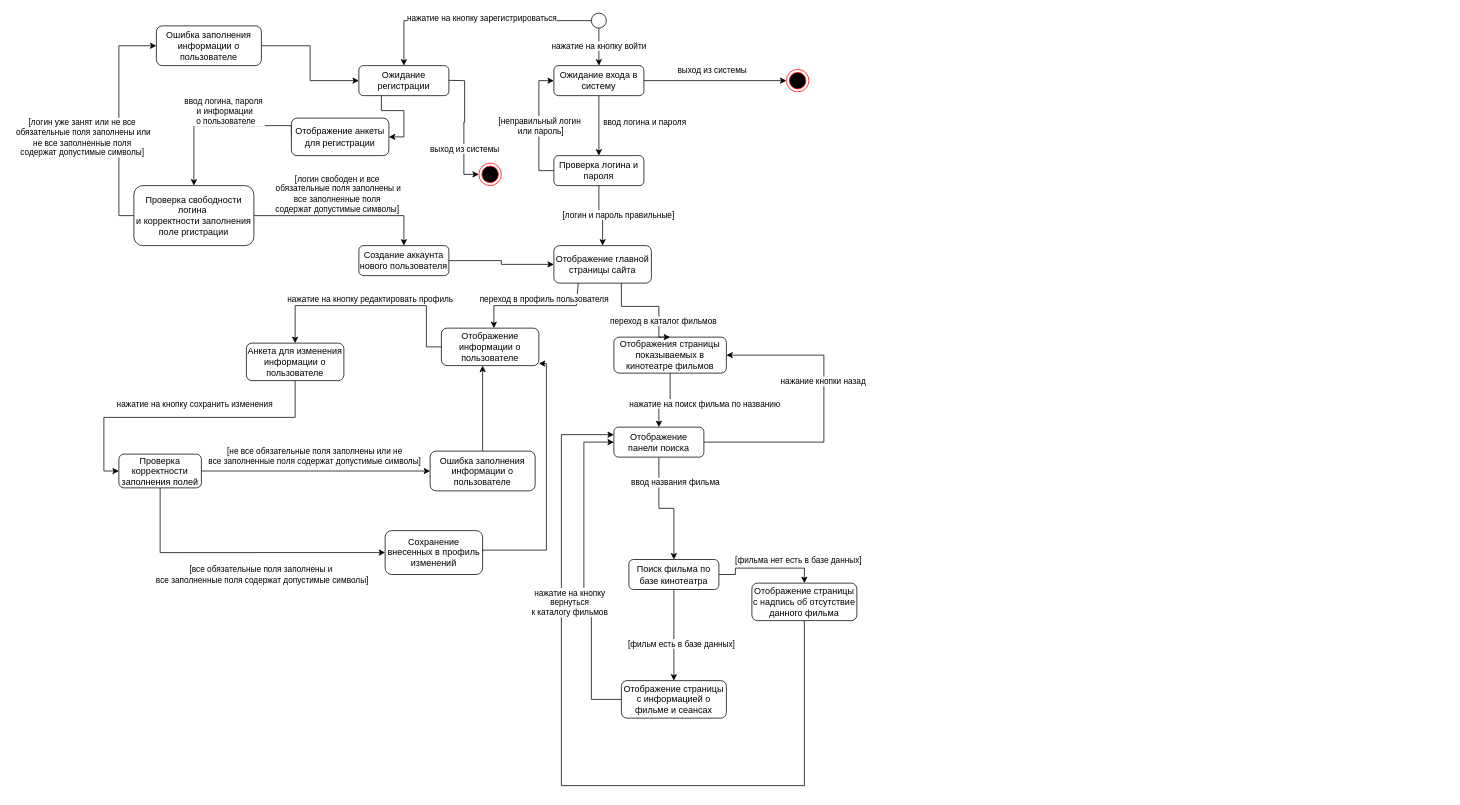
Before: Диаграмма_автоматов.drawio in adchvanova-new/UML, a draw.io diagram. Source tidied: cells renumbered, new cells numbered last; positions are measured from the earlier drawing's top-left corner, leaving out a move shared by most shapes. Both pictures are drawn from the tidied source at 75%, with x=0, y=0 at pixel (118, 13).
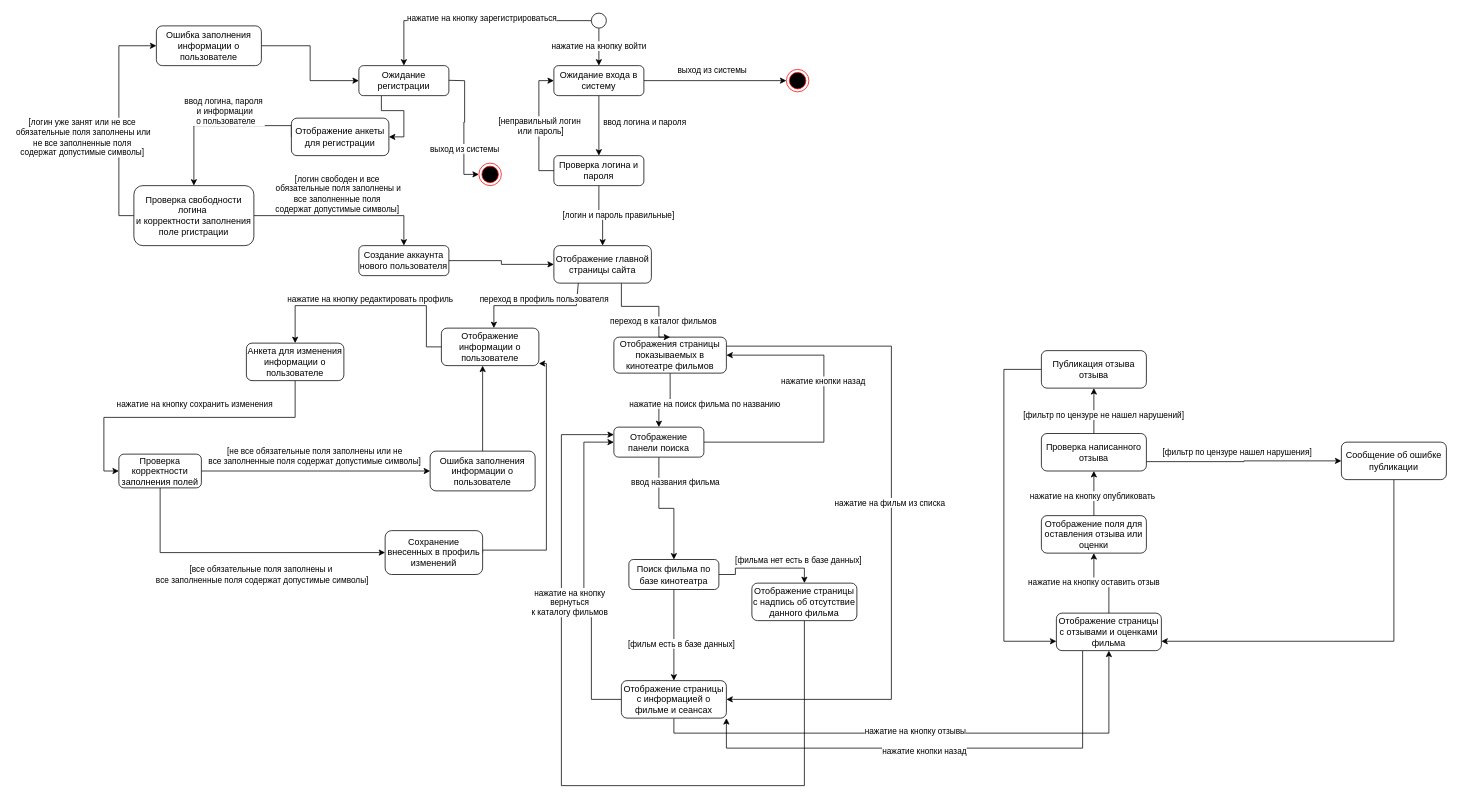
After the change.

Unchanged cells that the change refers to:
```xml
<mxCell id="20" value="Отображения страницы показываемых в кинотеатре фильмов" style="rounded=1;whiteSpace=wrap;html=1;" parent="1" vertex="1">
  <mxGeometry x="660" y="432" width="150" height="48" as="geometry" />
</mxCell>
<mxCell id="23" style="edgeStyle=orthogonalEdgeStyle;rounded=0;jettySize=auto;html=1;exitX=1;exitY=0.5;exitDx=0;exitDy=0;entryX=1;entryY=0.5;entryDx=0;entryDy=0;" parent="1" edge="1" source="25" target="20">
  <mxGeometry relative="1" as="geometry">
    <Array as="points">
      <mxPoint x="940" y="572" />
      <mxPoint x="940" y="456" />
    </Array>
  </mxGeometry>
</mxCell>
<mxCell id="65" value="Отображение страницы с информацией о фильме и сеансах" style="rounded=1;whiteSpace=wrap;html=1;" parent="1" vertex="1">
  <mxGeometry x="670" y="890" width="140" height="50" as="geometry" />
</mxCell>
```

What changed in the source:
```diff
@@
+    <mxCell id="74" style="edgeStyle=orthogonalEdgeStyle;rounded=0;jettySize=auto;html=1;exitX=1;exitY=0.25;exitDx=0;exitDy=0;entryX=1;entryY=0.5;entryDx=0;entryDy=0;" parent="1" edge="1" source="20" target="65">
+      <mxGeometry relative="1" as="geometry">
+        <Array as="points">
+          <mxPoint x="1030" y="444" />
+          <mxPoint x="1030" y="915" />
+        </Array>
+      </mxGeometry>
+    </mxCell>
+    <mxCell id="75" value="нажатие на фильм из списка" style="edgeLabel;html=1;align=center;verticalAlign=middle;" parent="74" vertex="1">
+      <mxGeometry x="-0.06" y="-3" relative="1" as="geometry" />
+    </mxCell>
@@
-    <mxCell id="24" value="нажание кнопки назад" style="edgeLabel;html=1;align=center;verticalAlign=middle;" parent="23" vertex="1">
+    <mxCell id="24" value="нажатие кнопки назад" style="edgeLabel;html=1;align=center;verticalAlign=middle;" parent="23" vertex="1">
       <mxGeometry x="0.07" y="2" relative="1" as="geometry">
         <mxPoint y="-25" as="offset" />
       </mxGeometry>
     </mxCell>
@@
+    <mxCell id="76" style="edgeStyle=orthogonalEdgeStyle;rounded=0;jettySize=auto;html=1;exitX=0.5;exitY=1;exitDx=0;exitDy=0;" parent="1" edge="1" source="65" target="82">
+      <mxGeometry relative="1" as="geometry" />
+    </mxCell>
+    <mxCell id="77" value="нажатие на кнопку отзывы" style="edgeLabel;html=1;align=center;verticalAlign=middle;" parent="76" vertex="1">
+      <mxGeometry x="-0.04" y="4" relative="1" as="geometry" />
+    </mxCell>
@@
+    <mxCell id="78" style="edgeStyle=orthogonalEdgeStyle;rounded=0;jettySize=auto;html=1;exitX=0.5;exitY=0;exitDx=0;exitDy=0;entryX=0.5;entryY=1;entryDx=0;entryDy=0;" parent="1" edge="1" source="82" target="85">
+      <mxGeometry relative="1" as="geometry" />
+    </mxCell>
+    <mxCell id="79" value="нажатие на кнопку оставить отзыв" style="edgeLabel;html=1;align=center;verticalAlign=middle;" parent="78" vertex="1">
+      <mxGeometry x="0.24" y="1" relative="1" as="geometry" />
+    </mxCell>
+    <mxCell id="80" style="edgeStyle=orthogonalEdgeStyle;rounded=0;jettySize=auto;html=1;exitX=0.25;exitY=1;exitDx=0;exitDy=0;entryX=1;entryY=1;entryDx=0;entryDy=0;" parent="1" edge="1" source="82" target="65">
+      <mxGeometry relative="1" as="geometry">
+        <Array as="points">
+          <mxPoint x="1285" y="980" />
+          <mxPoint x="810" y="980" />
+        </Array>
+      </mxGeometry>
+    </mxCell>
+    <mxCell id="81" value="нажатие кнопки назад" style="edgeLabel;html=1;align=center;verticalAlign=middle;" parent="80" vertex="1">
+      <mxGeometry x="0.06" y="3" relative="1" as="geometry" />
+    </mxCell>
+    <mxCell id="82" value="Отображение страницы с отзывами и оценками фильма" style="rounded=1;whiteSpace=wrap;html=1;" parent="1" vertex="1">
+      <mxGeometry x="1250" y="800" width="140" height="50" as="geometry" />
+    </mxCell>
+    <mxCell id="83" style="edgeStyle=orthogonalEdgeStyle;rounded=0;jettySize=auto;html=1;exitX=0.5;exitY=0;exitDx=0;exitDy=0;entryX=0.5;entryY=1;entryDx=0;entryDy=0;" parent="1" edge="1" source="85" target="89">
+      <mxGeometry relative="1" as="geometry" />
+    </mxCell>
+    <mxCell id="84" value="нажатие на кнопку опубликовать" style="edgeLabel;html=1;align=center;verticalAlign=middle;" parent="83" vertex="1">
+      <mxGeometry x="-0.09" y="3" relative="1" as="geometry" />
+    </mxCell>
+    <mxCell id="85" value="Отображение поля для оставления отзыва или оценки" style="rounded=1;whiteSpace=wrap;html=1;" parent="1" vertex="1">
+      <mxGeometry x="1230" y="670" width="140" height="50" as="geometry" />
+    </mxCell>
+    <mxCell id="86" style="edgeStyle=orthogonalEdgeStyle;rounded=0;jettySize=auto;html=1;exitX=0.5;exitY=0;exitDx=0;exitDy=0;entryX=0.5;entryY=1;entryDx=0;entryDy=0;" parent="1" edge="1" source="89" target="93">
+      <mxGeometry relative="1" as="geometry" />
+    </mxCell>
+    <mxCell id="87" value="[фильтр по цензуре нашел нарушения]" style="edgeLabel;html=1;align=center;verticalAlign=middle;" parent="86" vertex="1">
+      <mxGeometry x="0.08" y="-2" relative="1" as="geometry">
+        <mxPoint x="188" y="58" as="offset" />
+      </mxGeometry>
+    </mxCell>
+    <mxCell id="88" style="edgeStyle=orthogonalEdgeStyle;rounded=0;jettySize=auto;html=1;exitX=1;exitY=0.75;exitDx=0;exitDy=0;entryX=0;entryY=0.5;entryDx=0;entryDy=0;" parent="1" edge="1" source="89" target="91">
+      <mxGeometry relative="1" as="geometry" />
+    </mxCell>
+    <mxCell id="89" value="Проверка написанного отзыва" style="rounded=1;whiteSpace=wrap;html=1;" parent="1" vertex="1">
+      <mxGeometry x="1230" y="560.5" width="140" height="50" as="geometry" />
+    </mxCell>
+    <mxCell id="90" style="edgeStyle=orthogonalEdgeStyle;rounded=0;jettySize=auto;html=1;exitX=0.5;exitY=1;exitDx=0;exitDy=0;entryX=1;entryY=0.75;entryDx=0;entryDy=0;" parent="1" edge="1" source="91" target="82">
+      <mxGeometry relative="1" as="geometry" />
+    </mxCell>
+    <mxCell id="91" value="Сообщение об ошибке публикации" style="rounded=1;whiteSpace=wrap;html=1;" parent="1" vertex="1">
+      <mxGeometry x="1630" y="572" width="140" height="50" as="geometry" />
+    </mxCell>
+    <mxCell id="92" style="edgeStyle=orthogonalEdgeStyle;rounded=0;jettySize=auto;html=1;exitX=0;exitY=0.5;exitDx=0;exitDy=0;entryX=0;entryY=0.75;entryDx=0;entryDy=0;" parent="1" edge="1" source="93" target="82">
+      <mxGeometry relative="1" as="geometry">
+        <Array as="points">
+          <mxPoint x="1180" y="475" />
+          <mxPoint x="1180" y="837" />
+        </Array>
+      </mxGeometry>
+    </mxCell>
+    <mxCell id="93" value="Публикация отзыва отзыва" style="rounded=1;whiteSpace=wrap;html=1;" parent="1" vertex="1">
+      <mxGeometry x="1230" y="450" width="140" height="50" as="geometry" />
+    </mxCell>
+    <mxCell id="94" value="[фильтр по цензуре не нашел нарушений]" style="edgeLabel;html=1;align=center;verticalAlign=middle;" parent="1" vertex="1">
+      <mxGeometry x="1312" y="535.2" as="geometry" />
+    </mxCell>
```
